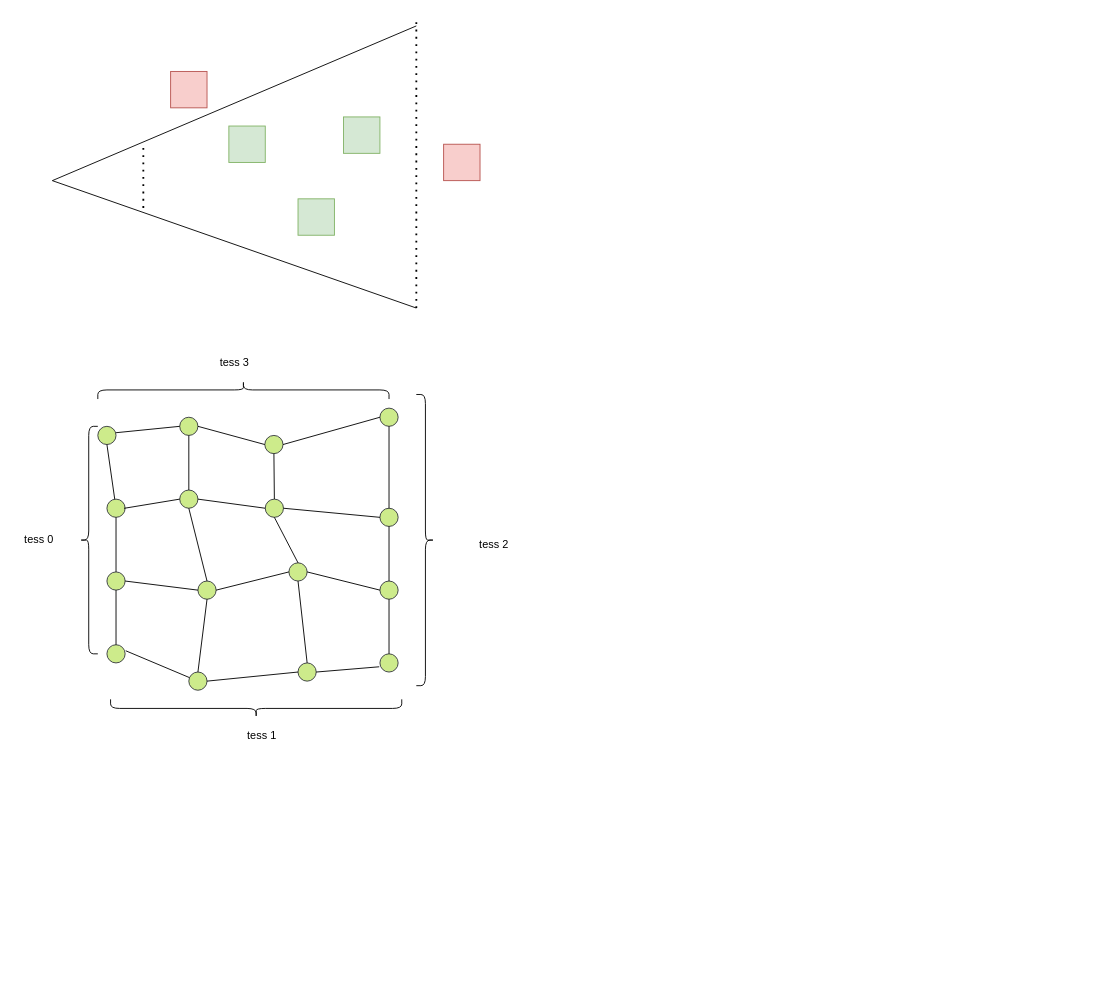
Above: Untitled Diagram.drawio in killroshan/visio_chart (draw.io), before the change. Source tidied: cells renumbered, new cells numbered last; positions are measured from the earlier drawing's top-left corner, leaving out a move shared by most shapes. Both pictures are drawn from the tidied source at 91%, with x=0, y=0 at pixel (15, 16).
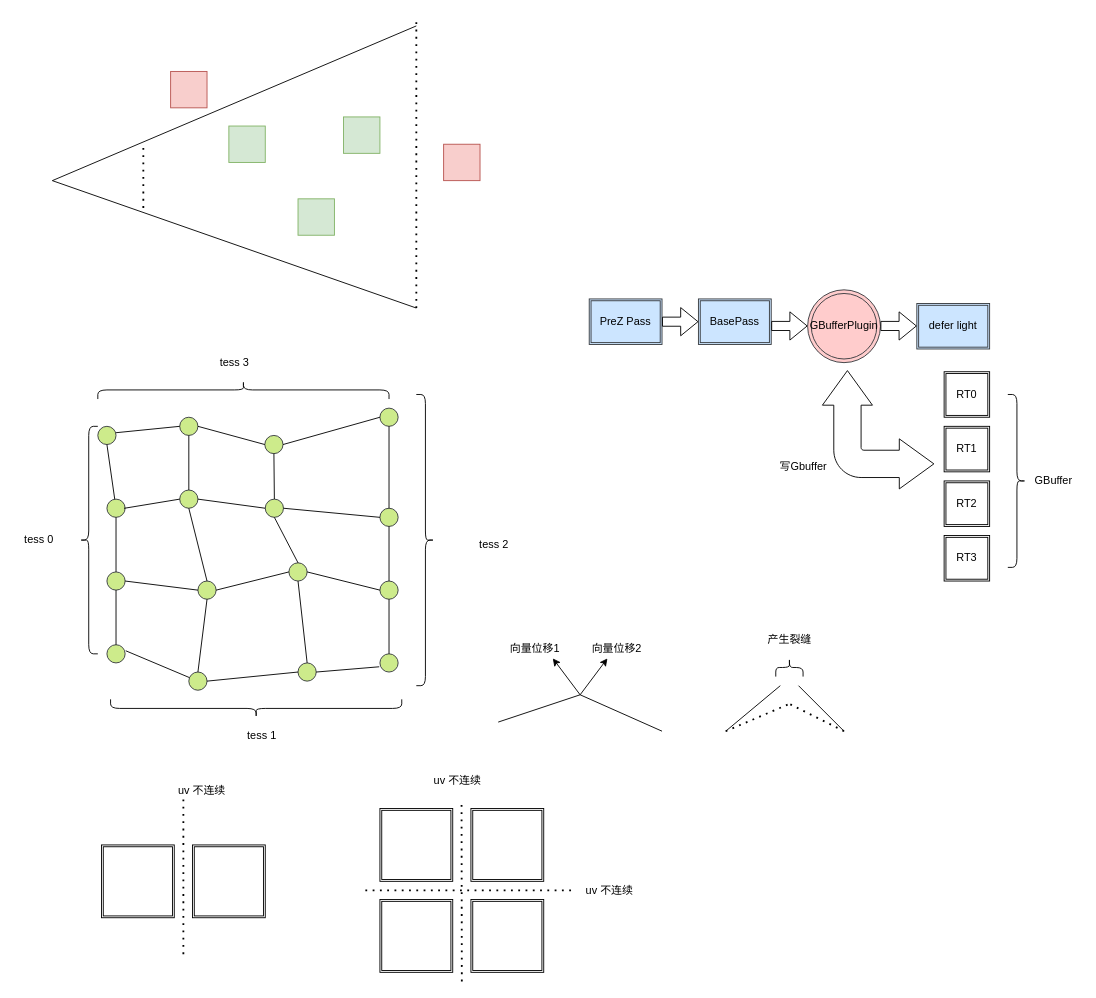
After the change.

Change to the diagram source:
```diff
@@
+    <mxCell id="59" style="endArrow=none;html=1;rounded=0;" parent="1" edge="1">
+      <mxGeometry relative="1" as="geometry">
+        <mxPoint x="530" y="775" as="sourcePoint" />
+        <mxPoint x="620" y="745" as="targetPoint" />
+      </mxGeometry>
+    </mxCell>
+    <mxCell id="60" style="endArrow=none;html=1;rounded=0;" parent="1" edge="1">
+      <mxGeometry relative="1" as="geometry">
+        <mxPoint x="710" y="785" as="sourcePoint" />
+        <mxPoint x="620" y="745" as="targetPoint" />
+      </mxGeometry>
+    </mxCell>
+    <mxCell id="61" style="endArrow=classic;html=1;rounded=0;" parent="1" edge="1">
+      <mxGeometry relative="1" as="geometry">
+        <mxPoint x="620" y="745" as="sourcePoint" />
+        <mxPoint x="590" y="705" as="targetPoint" />
+      </mxGeometry>
+    </mxCell>
+    <mxCell id="62" style="endArrow=classic;html=1;rounded=0;" parent="1" edge="1">
+      <mxGeometry relative="1" as="geometry">
+        <mxPoint x="620" y="745" as="sourcePoint" />
+        <mxPoint x="650" y="705" as="targetPoint" />
+      </mxGeometry>
+    </mxCell>
+    <mxCell id="63" style="endArrow=none;html=1;rounded=0;" parent="1" edge="1">
+      <mxGeometry relative="1" as="geometry">
+        <mxPoint x="780" y="785" as="sourcePoint" />
+        <mxPoint x="840" y="735" as="targetPoint" />
+      </mxGeometry>
+    </mxCell>
+    <mxCell id="64" style="endArrow=none;html=1;rounded=0;" parent="1" edge="1">
+      <mxGeometry relative="1" as="geometry">
+        <mxPoint x="860" y="735" as="sourcePoint" />
+        <mxPoint x="910" y="785" as="targetPoint" />
+      </mxGeometry>
+    </mxCell>
+    <mxCell id="65" style="endArrow=none;dashed=1;html=1;dashPattern=1 3;strokeWidth=2;rounded=0;" parent="1" edge="1">
+      <mxGeometry relative="1" as="geometry">
+        <mxPoint x="780" y="785" as="sourcePoint" />
+        <mxPoint x="850" y="755" as="targetPoint" />
+      </mxGeometry>
+    </mxCell>
+    <mxCell id="66" style="endArrow=none;dashed=1;html=1;dashPattern=1 3;strokeWidth=2;rounded=0;" parent="1" edge="1">
+      <mxGeometry relative="1" as="geometry">
+        <mxPoint x="910" y="785" as="sourcePoint" />
+        <mxPoint x="850" y="755" as="targetPoint" />
+      </mxGeometry>
+    </mxCell>
+    <mxCell id="67" value="向量位移1" style="text;html=1;align=center;verticalAlign=middle;strokeColor=none;fillColor=none;" parent="1" vertex="1">
+      <mxGeometry x="535" y="685" width="70" height="20" as="geometry" />
+    </mxCell>
+    <mxCell id="68" value="向量位移2" style="text;html=1;align=center;verticalAlign=middle;strokeColor=none;fillColor=none;" parent="1" vertex="1">
+      <mxGeometry x="625" y="685" width="70" height="20" as="geometry" />
+    </mxCell>
+    <mxCell id="69" style="shape=curlyBracket;whiteSpace=wrap;html=1;rounded=1;rotation=90;size=0.5;" parent="1" vertex="1">
+      <mxGeometry x="840" y="700" width="20" height="30" as="geometry" />
+    </mxCell>
+    <mxCell id="70" value="产生裂缝" style="text;html=1;align=center;verticalAlign=middle;strokeColor=none;fillColor=none;" parent="1" vertex="1">
+      <mxGeometry x="820" y="675" width="60" height="20" as="geometry" />
+    </mxCell>
+    <mxCell id="71" style="shape=ext;double=1;whiteSpace=wrap;html=1;" parent="1" vertex="1">
+      <mxGeometry x="94" y="910" width="80" height="80" as="geometry" />
+    </mxCell>
+    <mxCell id="72" style="shape=ext;double=1;whiteSpace=wrap;html=1;" parent="1" vertex="1">
+      <mxGeometry x="194" y="910" width="80" height="80" as="geometry" />
+    </mxCell>
+    <mxCell id="73" style="shape=ext;double=1;whiteSpace=wrap;html=1;" parent="1" vertex="1">
+      <mxGeometry x="400" y="870" width="80" height="80" as="geometry" />
+    </mxCell>
+    <mxCell id="74" style="shape=ext;double=1;whiteSpace=wrap;html=1;" parent="1" vertex="1">
+      <mxGeometry x="500" y="870" width="80" height="80" as="geometry" />
+    </mxCell>
+    <mxCell id="75" style="shape=ext;double=1;whiteSpace=wrap;html=1;" parent="1" vertex="1">
+      <mxGeometry x="400" y="970" width="80" height="80" as="geometry" />
+    </mxCell>
+    <mxCell id="76" style="endArrow=none;dashed=1;html=1;dashPattern=1 3;strokeWidth=2;rounded=0;" parent="1" edge="1">
+      <mxGeometry relative="1" as="geometry">
+        <mxPoint x="184" y="1030" as="sourcePoint" />
+        <mxPoint x="184" y="860" as="targetPoint" />
+      </mxGeometry>
+    </mxCell>
+    <mxCell id="77" style="endArrow=none;dashed=1;html=1;dashPattern=1 3;strokeWidth=2;rounded=0;" parent="1" edge="1">
+      <mxGeometry relative="1" as="geometry">
+        <mxPoint x="490" y="1060" as="sourcePoint" />
+        <mxPoint x="489.7" y="860" as="targetPoint" />
+      </mxGeometry>
+    </mxCell>
+    <mxCell id="78" style="shape=ext;double=1;whiteSpace=wrap;html=1;" parent="1" vertex="1">
+      <mxGeometry x="500" y="970" width="80" height="80" as="geometry" />
+    </mxCell>
+    <mxCell id="79" style="endArrow=none;dashed=1;html=1;dashPattern=1 3;strokeWidth=2;rounded=0;" parent="1" edge="1">
+      <mxGeometry relative="1" as="geometry">
+        <mxPoint x="610" y="960" as="sourcePoint" />
+        <mxPoint x="380" y="960" as="targetPoint" />
+      </mxGeometry>
+    </mxCell>
+    <mxCell id="80" value="uv 不连续" style="text;html=1;align=center;verticalAlign=middle;strokeColor=none;fillColor=none;" parent="1" vertex="1">
+      <mxGeometry x="169" y="840" width="70" height="20" as="geometry" />
+    </mxCell>
+    <mxCell id="81" value="uv 不连续" style="text;html=1;align=center;verticalAlign=middle;strokeColor=none;fillColor=none;" parent="1" vertex="1">
+      <mxGeometry x="450" y="830" width="70" height="20" as="geometry" />
+    </mxCell>
+    <mxCell id="82" value="uv 不连续" style="text;html=1;align=center;verticalAlign=middle;strokeColor=none;fillColor=none;" parent="1" vertex="1">
+      <mxGeometry x="617" y="950" width="70" height="20" as="geometry" />
+    </mxCell>
+    <mxCell id="83" value="PreZ Pass" style="shape=ext;double=1;rounded=0;whiteSpace=wrap;html=1;fillColor=#cce5ff;strokeColor=#36393d;" parent="1" vertex="1">
+      <mxGeometry x="630" y="310" width="80" height="50" as="geometry" />
+    </mxCell>
+    <mxCell id="84" value="BasePass" style="shape=ext;double=1;rounded=0;whiteSpace=wrap;html=1;fillColor=#cce5ff;strokeColor=#36393d;" parent="1" vertex="1">
+      <mxGeometry x="750" y="310" width="80" height="50" as="geometry" />
+    </mxCell>
+    <mxCell id="85" value="GBufferPlugin" style="ellipse;shape=doubleEllipse;whiteSpace=wrap;html=1;fillColor=#ffcccc;strokeColor=#36393d;" parent="1" vertex="1">
+      <mxGeometry x="870" y="300" width="80" height="80" as="geometry" />
+    </mxCell>
+    <mxCell id="86" value="defer light" style="shape=ext;double=1;rounded=0;whiteSpace=wrap;html=1;fillColor=#cce5ff;strokeColor=#36393d;" parent="1" vertex="1">
+      <mxGeometry x="990" y="315" width="80" height="50" as="geometry" />
+    </mxCell>
+    <mxCell id="87" style="shape=flexArrow;endArrow=classic;html=1;rounded=0;exitX=1;exitY=0.5;exitDx=0;exitDy=0;" parent="1" edge="1" source="83" target="84">
+      <mxGeometry relative="1" as="geometry" />
+    </mxCell>
+    <mxCell id="88" style="shape=flexArrow;endArrow=classic;html=1;rounded=0;exitX=1;exitY=0.5;exitDx=0;exitDy=0;" parent="1" edge="1">
+      <mxGeometry relative="1" as="geometry">
+        <mxPoint x="830" y="339.7" as="sourcePoint" />
+        <mxPoint x="870" y="339.7" as="targetPoint" />
+      </mxGeometry>
+    </mxCell>
+    <mxCell id="89" style="shape=flexArrow;endArrow=classic;html=1;rounded=0;exitX=1;exitY=0.5;exitDx=0;exitDy=0;" parent="1" edge="1">
+      <mxGeometry relative="1" as="geometry">
+        <mxPoint x="950" y="339.7" as="sourcePoint" />
+        <mxPoint x="990" y="339.7" as="targetPoint" />
+      </mxGeometry>
+    </mxCell>
+    <mxCell id="90" value="RT0" style="shape=ext;double=1;whiteSpace=wrap;html=1;" parent="1" vertex="1">
+      <mxGeometry x="1020" y="390" width="50" height="50" as="geometry" />
+    </mxCell>
+    <mxCell id="91" value="RT1" style="shape=ext;double=1;whiteSpace=wrap;html=1;" parent="1" vertex="1">
+      <mxGeometry x="1020" y="450" width="50" height="50" as="geometry" />
+    </mxCell>
+    <mxCell id="92" value="RT2" style="shape=ext;double=1;whiteSpace=wrap;html=1;" parent="1" vertex="1">
+      <mxGeometry x="1020" y="510" width="50" height="50" as="geometry" />
+    </mxCell>
+    <mxCell id="93" value="RT3" style="shape=ext;double=1;whiteSpace=wrap;html=1;" parent="1" vertex="1">
+      <mxGeometry x="1020" y="570" width="50" height="50" as="geometry" />
+    </mxCell>
+    <mxCell id="94" style="shape=curlyBracket;whiteSpace=wrap;html=1;rounded=1;flipH=1;" parent="1" vertex="1">
+      <mxGeometry x="1090" y="415" width="20" height="190" as="geometry" />
+    </mxCell>
+    <mxCell id="95" value="GBuffer" style="text;html=1;align=center;verticalAlign=middle;strokeColor=none;fillColor=none;" parent="1" vertex="1">
+      <mxGeometry x="1110" y="500" width="60" height="20" as="geometry" />
+    </mxCell>
+    <mxCell id="96" style="html=1;shadow=0;dashed=0;align=center;verticalAlign=middle;shape=mxgraph.arrows2.bendDoubleArrow;dy=15;dx=38;arrowHead=55;rounded=1;rotation=-90;" parent="1" vertex="1">
+      <mxGeometry x="882.5" y="392.5" width="130" height="122.5" as="geometry" />
+    </mxCell>
+    <mxCell id="97" value="写Gbuffer&lt;br&gt;" style="text;html=1;align=center;verticalAlign=middle;strokeColor=none;fillColor=none;" parent="1" vertex="1">
+      <mxGeometry x="830" y="485" width="70" height="20" as="geometry" />
+    </mxCell>
```
